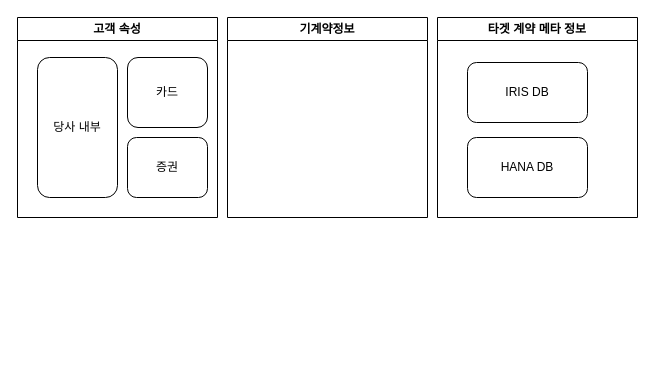
The draw.io diagram architecture/architecture.drawio in riverKangg/sli-product-recommendation, before the edit. Source tidied: cells renumbered, new cells numbered last; positions are measured from the earlier drawing's top-left corner, leaving out a move shared by most shapes. Both pictures are drawn from the tidied source at 100%, with x=0, y=0 at pixel (17, 17).
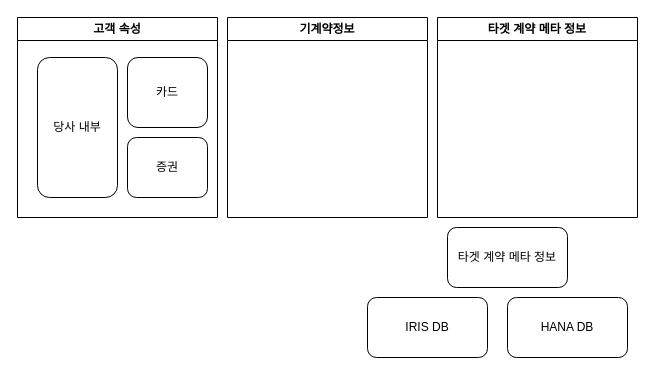
Above is the later version.

Diff of the diagram source:
```diff
@@
 <mxGraphModel>
   <root>
     <mxCell id="0" />
     <mxCell id="1" parent="0" />
     <mxCell id="2" value="당사 내부" style="rounded=1;whiteSpace=wrap;html=1;" parent="1" vertex="1">
       <mxGeometry x="20" y="40" width="80" height="140" as="geometry" />
     </mxCell>
     <mxCell id="3" value="카드" style="rounded=1;whiteSpace=wrap;html=1;" parent="1" vertex="1">
       <mxGeometry x="110" y="40" width="80" height="70" as="geometry" />
     </mxCell>
     <mxCell id="4" value="증권" style="rounded=1;whiteSpace=wrap;html=1;" parent="1" vertex="1">
       <mxGeometry x="110" y="120" width="80" height="60" as="geometry" />
     </mxCell>
     <mxCell id="5" value="고객 속성" style="swimlane;whiteSpace=wrap;html=1;" parent="1" vertex="1">
       <mxGeometry width="200" height="200" as="geometry" />
     </mxCell>
     <mxCell id="6" value="기계약정보" style="swimlane;whiteSpace=wrap;html=1;" parent="1" vertex="1">
       <mxGeometry x="210" width="200" height="200" as="geometry" />
     </mxCell>
     <mxCell id="7" value="타겟 계약 메타 정보" style="swimlane;whiteSpace=wrap;html=1;" parent="1" vertex="1">
       <mxGeometry x="420" width="200" height="200" as="geometry" />
     </mxCell>
+    <mxCell id="10" value="타겟 계약 메타 정보" style="rounded=1;whiteSpace=wrap;html=1;" parent="1" vertex="1">
+      <mxGeometry x="430" y="210" width="120" height="60" as="geometry" />
+    </mxCell>
-    <mxCell id="8" value="IRIS DB" style="rounded=1;whiteSpace=wrap;html=1;" parent="7" vertex="1">
-      <mxGeometry x="30" y="45" width="120" height="60" as="geometry" />
+    <mxCell id="8" value="IRIS DB" style="rounded=1;whiteSpace=wrap;html=1;" parent="1" vertex="1">
+      <mxGeometry x="350" y="280" width="120" height="60" as="geometry" />
     </mxCell>
-    <mxCell id="9" value="HANA DB" style="rounded=1;whiteSpace=wrap;html=1;" parent="7" vertex="1">
-      <mxGeometry x="30" y="120" width="120" height="60" as="geometry" />
+    <mxCell id="9" value="HANA DB" style="rounded=1;whiteSpace=wrap;html=1;" parent="1" vertex="1">
+      <mxGeometry x="490" y="280" width="120" height="60" as="geometry" />
     </mxCell>
   </root>
 </mxGraphModel>
```
